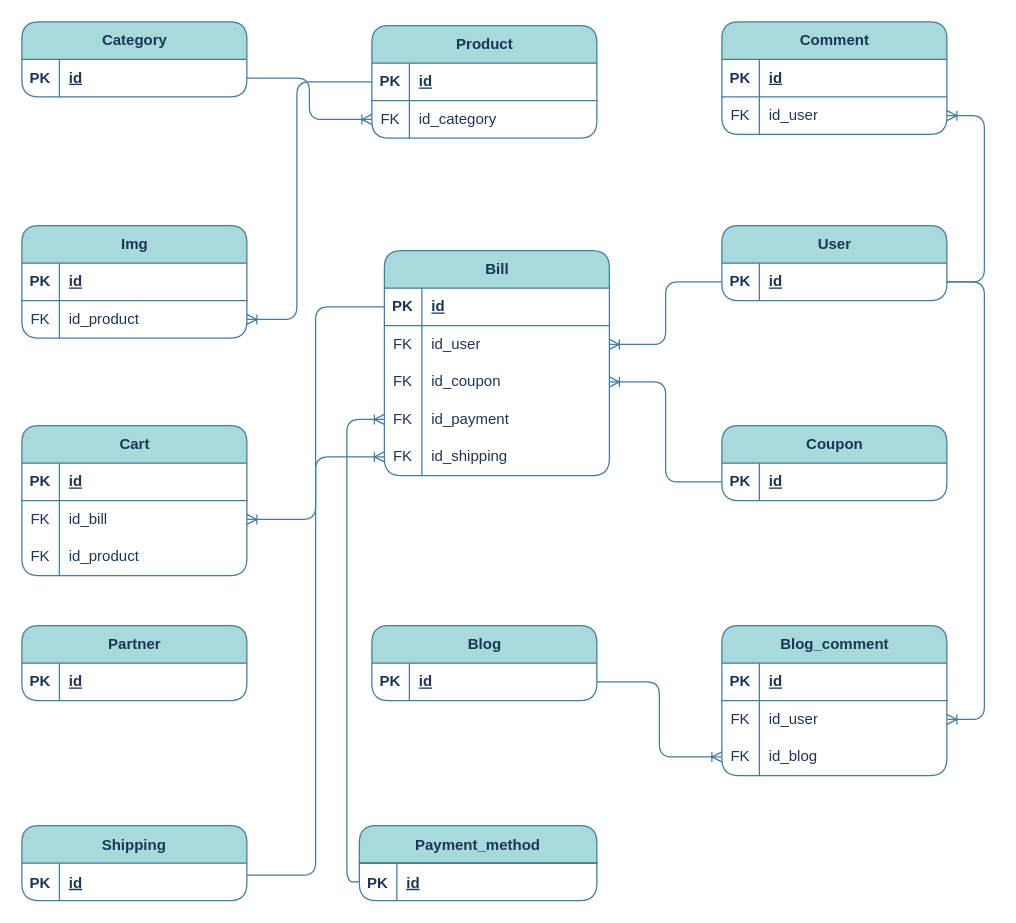
Before: page "ERD_Level-1" (2 of 3) of .vscode/LEGOUS_DIAGRAM.drawio in thanh8724/Legous, a draw.io diagram. Source tidied: cells renumbered, new cells numbered last; positions are measured from the earlier drawing's top-left corner, leaving out a move shared by most shapes. Both pictures are drawn from the tidied source at 125%, with x=0, y=0 at pixel (21, 21).
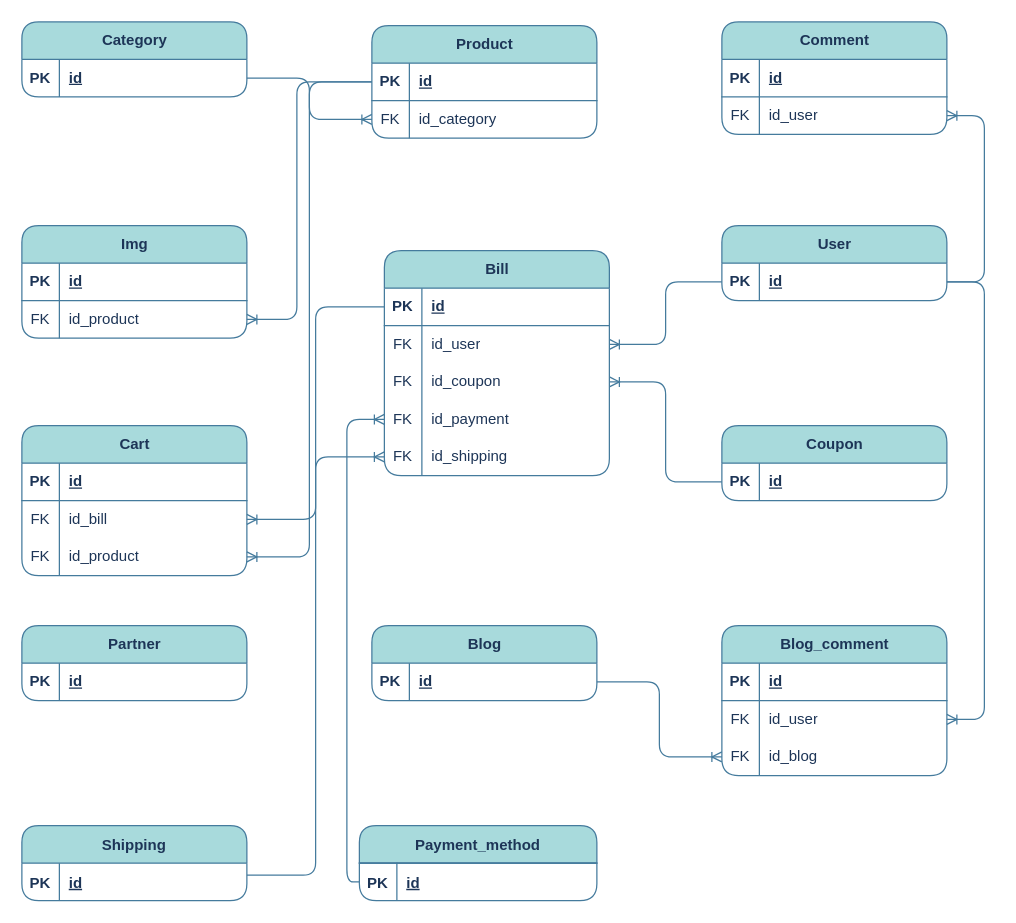
The same diagram, later.

Commit message:
Cập nhật LEGOUS_DIAGRAM.drawio

Unchanged cells that the change refers to:
```xml
<mxCell id="3" style="shape=tableRow;horizontal=0;startSize=0;swimlaneHead=0;swimlaneBody=0;fillColor=none;points=[[0,0.5],[1,0.5]];portConstraint=eastwest;top=0;left=0;right=0;bottom=1;labelBackgroundColor=none;strokeColor=#457B9D;fontColor=#1D3557;rounded=1;" parent="2" vertex="1">
  <mxGeometry y="30" width="180" height="30" as="geometry" />
</mxCell>
<mxCell id="27" style="shape=tableRow;horizontal=0;startSize=0;swimlaneHead=0;swimlaneBody=0;fillColor=none;points=[[0,0.5],[1,0.5]];portConstraint=eastwest;top=0;left=0;right=0;bottom=0;labelBackgroundColor=none;strokeColor=#457B9D;fontColor=#1D3557;rounded=1;" parent="20" vertex="1">
  <mxGeometry y="90" width="180" height="30" as="geometry" />
</mxCell>
```

The edit, as a diff of the source:
```diff
@@
+    <mxCell id="99" style="edgeStyle=orthogonalEdgeStyle;fontSize=12;html=1;endArrow=ERoneToMany;rounded=1;entryX=1;entryY=0.5;entryDx=0;entryDy=0;labelBackgroundColor=none;strokeColor=#457B9D;fontColor=default;exitX=0;exitY=0.5;exitDx=0;exitDy=0;" parent="1" edge="1" source="3" target="27">
+      <mxGeometry relative="1" as="geometry" />
+    </mxCell>
```
